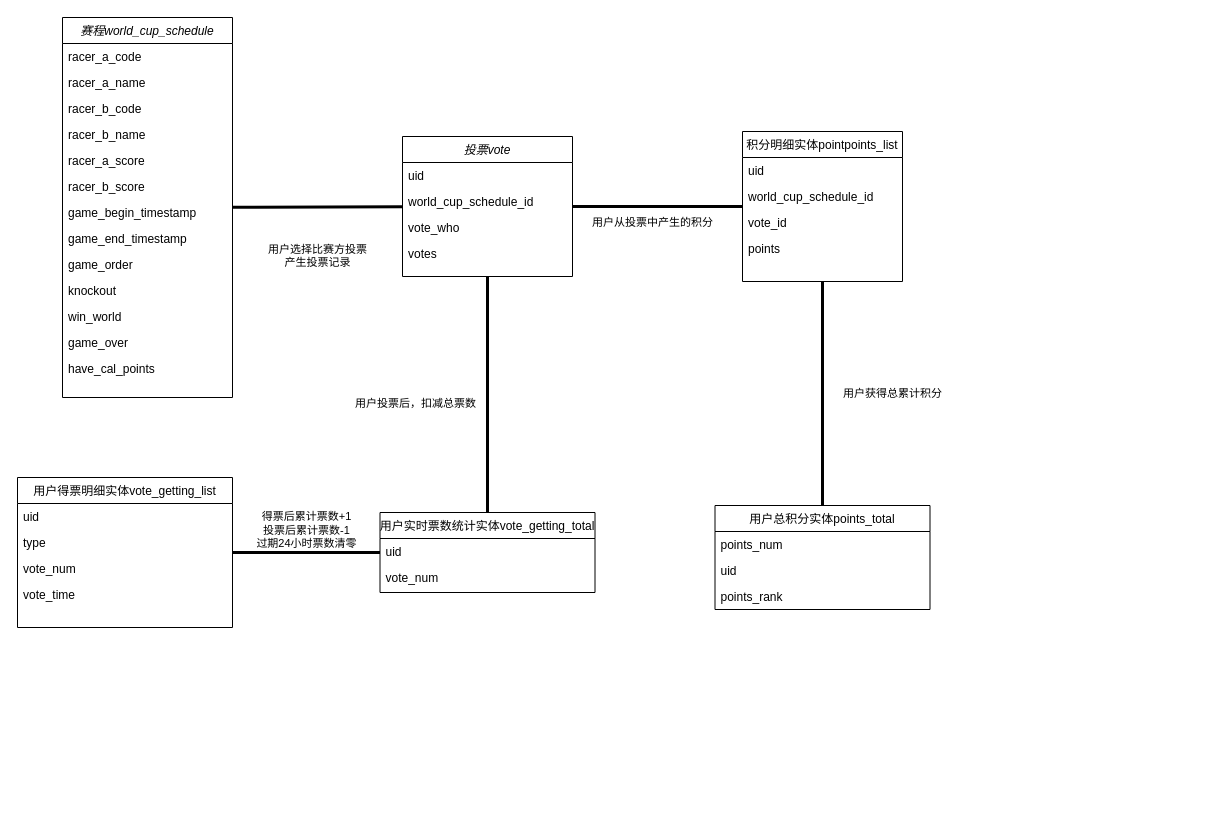
Earlier version of the draw.io diagram H5世界杯活动类图.drawio (milletzhu/datasource). Source tidied: cells renumbered, new cells numbered last; positions are measured from the earlier drawing's top-left corner, leaving out a move shared by most shapes. Both pictures are drawn from the tidied source at 100%, with x=0, y=0 at pixel (17, 17).
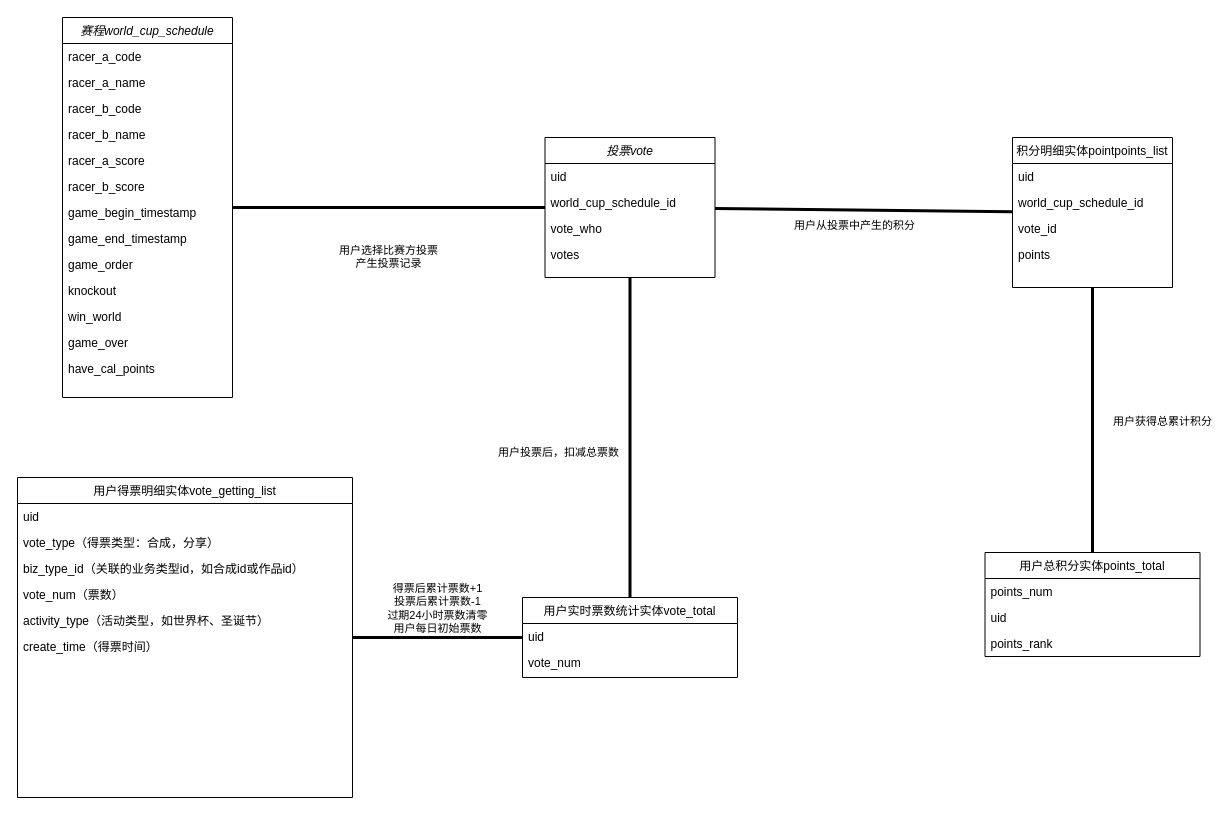
The same page after the edit.

Commit message:
更新H5世界杯活动类图.drawio

What changed in the source:
```diff
@@
     <mxCell id="16" value="积分明细实体pointpoints_list" style="swimlane;fontStyle=0;align=center;verticalAlign=top;horizontal=1;startSize=26;rounded=0;shadow=0;strokeWidth=1;" parent="1" vertex="1">
-      <mxGeometry x="725" y="114" width="160" height="150" as="geometry" />
+      <mxGeometry x="995" y="120" width="160" height="150" as="geometry" />
     </mxCell>
@@
     <mxCell id="21" value="用户得票明细实体vote_getting_list" style="swimlane;fontStyle=0;align=center;verticalAlign=top;horizontal=1;startSize=26;rounded=0;shadow=0;strokeWidth=1;" parent="1" vertex="1">
-      <mxGeometry y="460" width="215" height="150" as="geometry" />
+      <mxGeometry y="460" width="335" height="320" as="geometry" />
     </mxCell>
     <mxCell id="22" value="uid" style="text;align=left;verticalAlign=top;spacingLeft=4;spacingRight=4;overflow=hidden;" parent="21" vertex="1">
-      <mxGeometry y="26" width="215" height="26" as="geometry" />
+      <mxGeometry y="26" width="335" height="26" as="geometry" />
     </mxCell>
-    <mxCell id="23" value="type" style="text;align=left;verticalAlign=top;spacingLeft=4;spacingRight=4;overflow=hidden;rounded=0;shadow=0;html=0;" parent="21" vertex="1">
-      <mxGeometry y="52" width="215" height="26" as="geometry" />
+    <mxCell id="23" value="vote_type（得票类型：合成，分享）" style="text;align=left;verticalAlign=top;spacingLeft=4;spacingRight=4;overflow=hidden;rounded=0;shadow=0;html=0;" parent="21" vertex="1">
+      <mxGeometry y="52" width="335" height="26" as="geometry" />
     </mxCell>
-    <mxCell id="24" value="vote_num" style="text;align=left;verticalAlign=top;spacingLeft=4;spacingRight=4;overflow=hidden;rounded=0;shadow=0;html=0;" parent="21" vertex="1">
-      <mxGeometry y="78" width="215" height="26" as="geometry" />
+    <mxCell id="24" value="biz_type_id（关联的业务类型id，如合成id或作品id）" style="text;align=left;verticalAlign=top;spacingLeft=4;spacingRight=4;overflow=hidden;rounded=0;shadow=0;html=0;" parent="21" vertex="1">
+      <mxGeometry y="78" width="335" height="26" as="geometry" />
     </mxCell>
-    <mxCell id="25" value="vote_time" style="text;align=left;verticalAlign=top;spacingLeft=4;spacingRight=4;overflow=hidden;rounded=0;shadow=0;html=0;" parent="21" vertex="1">
-      <mxGeometry y="104" width="215" height="26" as="geometry" />
+    <mxCell id="25" value="vote_num（票数）" style="text;align=left;verticalAlign=top;spacingLeft=4;spacingRight=4;overflow=hidden;rounded=0;shadow=0;html=0;" parent="21" vertex="1">
+      <mxGeometry y="104" width="335" height="26" as="geometry" />
     </mxCell>
+    <mxCell id="43" value="activity_type（活动类型，如世界杯、圣诞节）" style="text;align=left;verticalAlign=top;spacingLeft=4;spacingRight=4;overflow=hidden;rounded=0;shadow=0;html=0;" parent="21" vertex="1">
+      <mxGeometry y="130" width="335" height="26" as="geometry" />
+    </mxCell>
+    <mxCell id="44" value="create_time（得票时间）" style="text;align=left;verticalAlign=top;spacingLeft=4;spacingRight=4;overflow=hidden;rounded=0;shadow=0;html=0;" parent="21" vertex="1">
+      <mxGeometry y="156" width="335" height="26" as="geometry" />
+    </mxCell>
     <mxCell id="26" value="投票vote" style="swimlane;fontStyle=2;align=center;verticalAlign=top;horizontal=1;startSize=26;rounded=0;shadow=0;strokeWidth=1;" parent="1" vertex="1">
-      <mxGeometry x="385" y="119" width="170" height="140" as="geometry" />
+      <mxGeometry x="527.5" y="120" width="170" height="140" as="geometry" />
     </mxCell>
@@
-    <mxCell id="32" value="用户实时票数统计实体vote_getting_total" style="swimlane;fontStyle=0;align=center;verticalAlign=top;horizontal=1;startSize=26;rounded=0;shadow=0;strokeWidth=1;" parent="1" vertex="1">
-      <mxGeometry x="362.5" y="495" width="215" height="80" as="geometry" />
+    <mxCell id="32" value="用户实时票数统计实体vote_total" style="swimlane;fontStyle=0;align=center;verticalAlign=top;horizontal=1;startSize=26;rounded=0;shadow=0;strokeWidth=1;" parent="1" vertex="1">
+      <mxGeometry x="505" y="580" width="215" height="80" as="geometry" />
     </mxCell>
@@
-    <mxCell id="35" value="得票后累计票数+1&lt;br&gt;投票后累计票数-1&lt;br&gt;过期24小时票数清零" style="endArrow=none;startArrow=none;endFill=0;startFill=0;endSize=8;html=1;verticalAlign=bottom;labelBackgroundColor=none;strokeWidth=3;rounded=0;" parent="1" edge="1" source="21" target="32">
+    <mxCell id="35" value="得票后累计票数+1&lt;br&gt;投票后累计票数-1&lt;br&gt;过期24小时票数清零&lt;br&gt;用户每日初始票数" style="endArrow=none;startArrow=none;endFill=0;startFill=0;endSize=8;html=1;verticalAlign=bottom;labelBackgroundColor=none;strokeWidth=3;rounded=0;" parent="1" edge="1" source="21" target="32">
       <mxGeometry relative="1" as="geometry" />
     </mxCell>
@@
     <mxCell id="38" value="用户总积分实体points_total" style="swimlane;fontStyle=0;align=center;verticalAlign=top;horizontal=1;startSize=26;rounded=0;shadow=0;strokeWidth=1;" parent="1" vertex="1">
-      <mxGeometry x="697.5" y="488" width="215" height="104" as="geometry" />
+      <mxGeometry x="967.5" y="535" width="215" height="104" as="geometry" />
     </mxCell>
```
